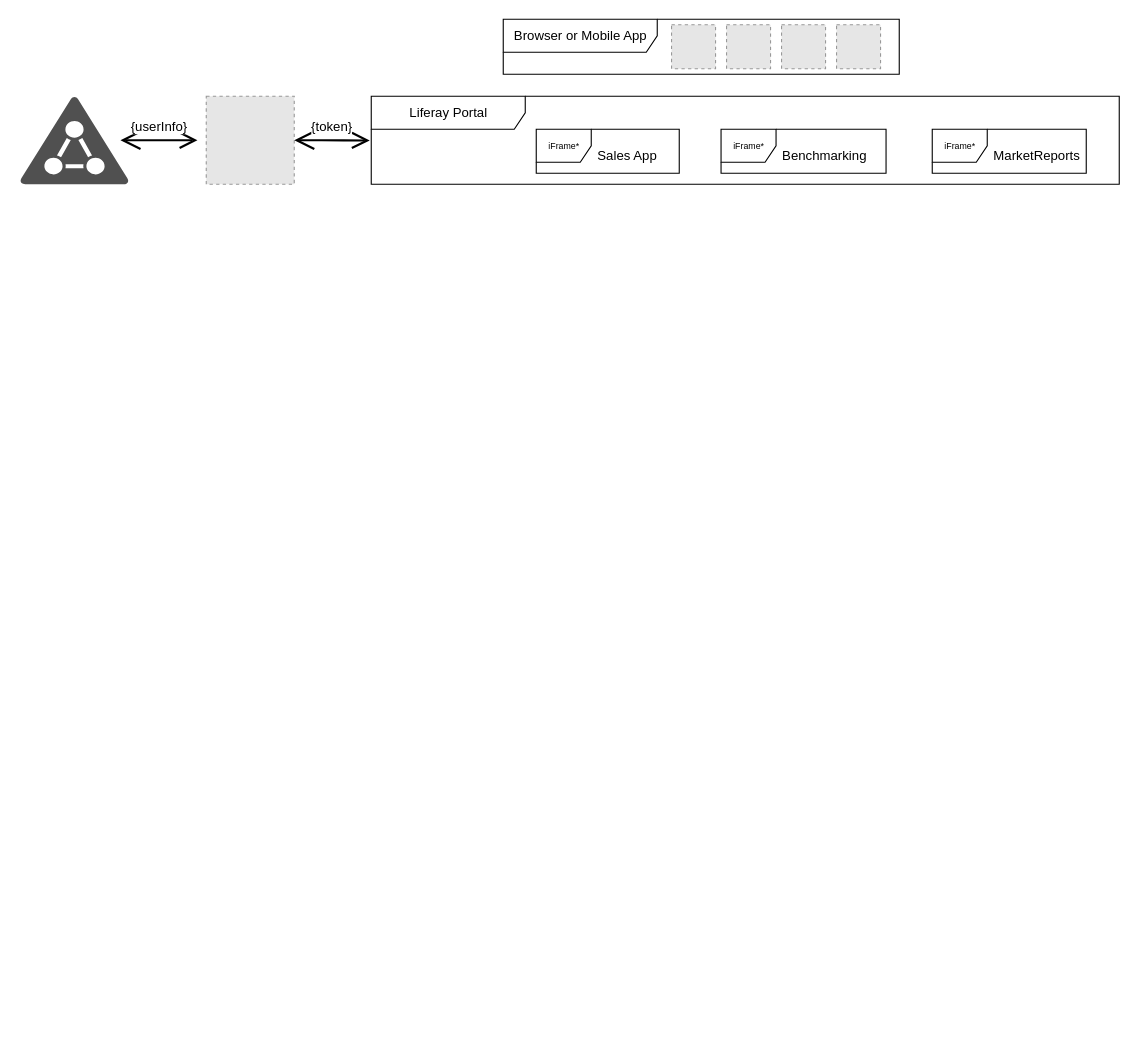
This is page "Roadmap 2020+" (2 of 2) of docs/Untitled Diagram.drawio from JuanyongZhang/leetcode, a draw.io file, before an edit. Source tidied: cells renumbered, new cells numbered last; positions are measured from the earlier drawing's top-left corner, leaving out a move shared by most shapes. Both pictures are drawn from the tidied source at 110%, with x=0, y=0 at pixel (19, 19). Pictures stored in the file or linked from it are replaced by grey dashed boxes.
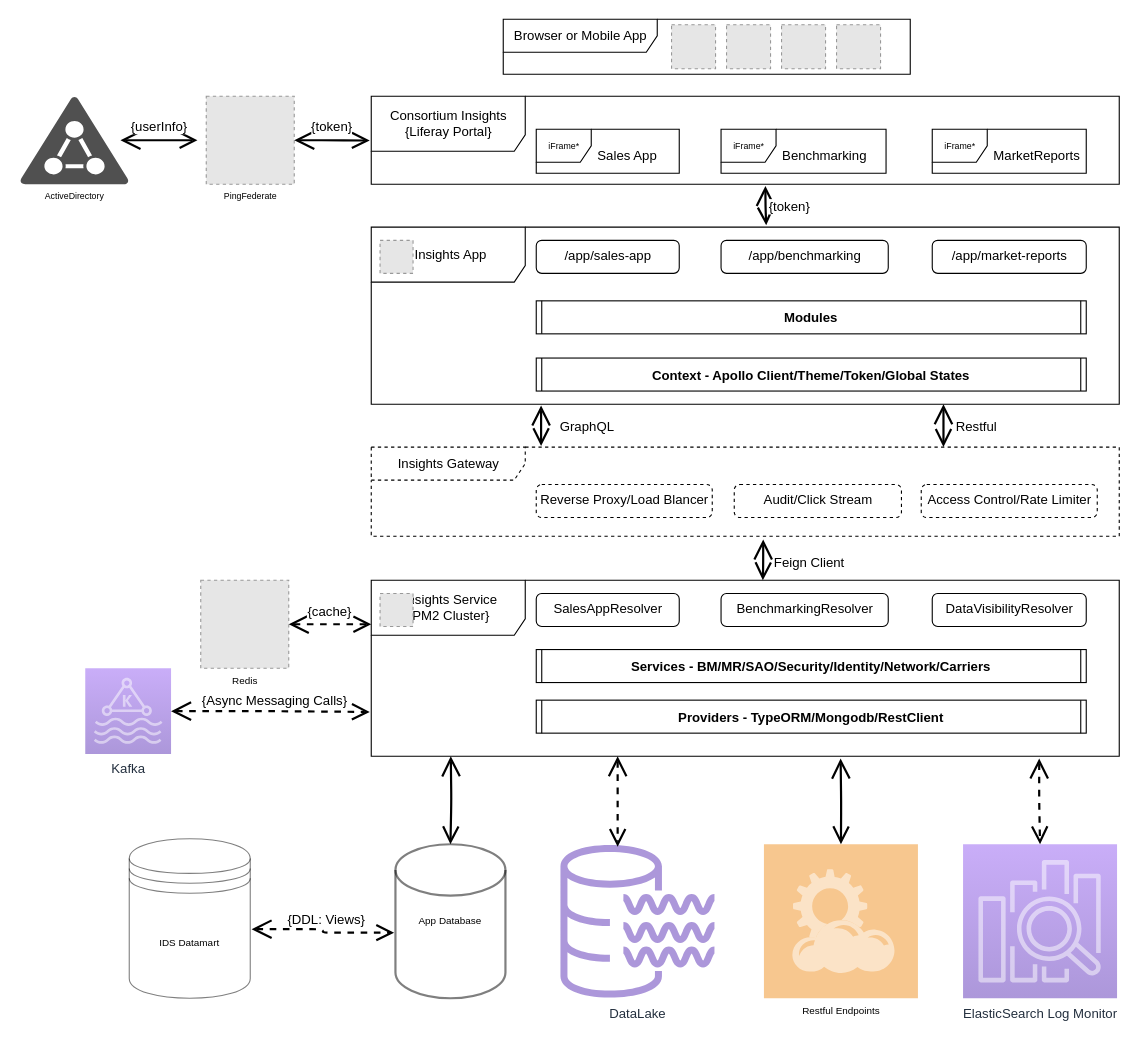
The same diagram, later.

What changed in the source:
```diff
@@
     <mxCell id="2" value="Browser or Mobile App" style="shape=umlFrame;tabWidth=110;tabHeight=30;tabPosition=left;html=1;boundedLbl=1;labelInHeader=1;width=140;height=30;" parent="1" vertex="1">
-      <mxGeometry x="440" width="360" height="50" as="geometry" />
+      <mxGeometry x="440" width="370" height="50" as="geometry" />
     </mxCell>
@@
-    <mxCell id="7" value="Liferay Portal" style="shape=umlFrame;tabWidth=110;tabHeight=30;tabPosition=left;html=1;boundedLbl=1;labelInHeader=1;width=140;height=30;" parent="1" vertex="1">
+    <mxCell id="7" value="Consortium Insights&lt;br&gt;{Liferay Portal}" style="shape=umlFrame;tabWidth=110;tabHeight=30;tabPosition=left;html=1;boundedLbl=1;labelInHeader=1;width=140;height=50;" parent="1" vertex="1">
       <mxGeometry x="320" y="70" width="680" height="80" as="geometry" />
     </mxCell>
@@
-    <mxCell id="14" style="fillColor=#E6E6E6;strokeColor=#999999;dashed=1;html=1;verticalAlign=top;verticalLabelPosition=bottom;labelBackgroundColor=#ffffff;fontSize=8;align=left;" parent="1" vertex="1">
+    <mxCell id="14" value="PingFederate" style="fillColor=#E6E6E6;strokeColor=#999999;dashed=1;html=1;verticalAlign=top;verticalLabelPosition=bottom;labelBackgroundColor=#ffffff;fontSize=8;align=center;" parent="1" vertex="1">
       <mxGeometry x="170" y="70" width="80" height="80" as="geometry" />
     </mxCell>
-    <mxCell id="15" style="shadow=0;dashed=0;html=1;strokeColor=none;fillColor=#505050;labelPosition=center;verticalLabelPosition=bottom;verticalAlign=top;align=center;shape=mxgraph.office.security.active_directory;fontSize=8;" parent="1" vertex="1">
+    <mxCell id="15" value="ActiveDirectory" style="shadow=0;dashed=0;html=1;strokeColor=none;fillColor=#505050;labelPosition=center;verticalLabelPosition=bottom;verticalAlign=top;align=center;shape=mxgraph.office.security.active_directory;fontSize=8;" parent="1" vertex="1">
       <mxGeometry y="70" width="100" height="80" as="geometry" />
     </mxCell>
@@
+    <mxCell id="18" value="Insights App" style="shape=umlFrame;whiteSpace=wrap;html=1;width=140;height=50;boundedLbl=1;verticalAlign=middle;align=center;spacingLeft=5;fontSize=12;" parent="1" vertex="1">
+      <mxGeometry x="320" y="189" width="680" height="161" as="geometry" />
+    </mxCell>
+    <mxCell id="19" style="fillColor=#E6E6E6;strokeColor=#999999;dashed=1;html=1;verticalAlign=top;verticalLabelPosition=bottom;labelBackgroundColor=#ffffff;fontSize=12;align=left;" parent="1" vertex="1">
+      <mxGeometry x="328" y="201" width="30" height="30" as="geometry" />
+    </mxCell>
+    <mxCell id="20" value="/app/sales-app" style="html=1;align=center;verticalAlign=top;rounded=1;absoluteArcSize=1;arcSize=10;dashed=0;fontSize=12;" parent="1" vertex="1">
+      <mxGeometry x="470" y="201" width="130" height="30" as="geometry" />
+    </mxCell>
+    <mxCell id="21" value="/app/benchmarking" style="html=1;align=center;verticalAlign=top;rounded=1;absoluteArcSize=1;arcSize=10;dashed=0;fontSize=12;" parent="1" vertex="1">
+      <mxGeometry x="638" y="201" width="152" height="30" as="geometry" />
+    </mxCell>
+    <mxCell id="22" value="/app/market-reports" style="html=1;align=center;verticalAlign=top;rounded=1;absoluteArcSize=1;arcSize=10;dashed=0;fontSize=12;" parent="1" vertex="1">
+      <mxGeometry x="830" y="201" width="140" height="30" as="geometry" />
+    </mxCell>
+    <mxCell id="23" value="Modules" style="shape=process2;fixedSize=1;size=5;fontStyle=1;fontSize=12;align=center;" parent="1" vertex="1">
+      <mxGeometry x="470" y="256" width="500" height="30" as="geometry" />
+    </mxCell>
+    <mxCell id="24" value="Context - Apollo Client/Theme/Token/Global States" style="shape=process2;fixedSize=1;size=5;fontStyle=1;fontSize=12;align=center;" parent="1" vertex="1">
+      <mxGeometry x="470" y="308" width="500" height="30" as="geometry" />
+    </mxCell>
+    <mxCell id="25" value="Insights Gateway" style="shape=umlFrame;tabWidth=110;tabHeight=30;tabPosition=left;html=1;boundedLbl=1;labelInHeader=1;width=140;height=30;fontSize=12;align=center;dashed=1;" parent="1" vertex="1">
+      <mxGeometry x="320" y="389" width="680" height="81" as="geometry" />
+    </mxCell>
+    <mxCell id="26" value="Reverse Proxy/Load Blancer" style="html=1;align=center;verticalAlign=top;rounded=1;absoluteArcSize=1;arcSize=10;dashed=1;fontSize=12;" parent="1" vertex="1">
+      <mxGeometry x="470" y="423" width="160" height="30" as="geometry" />
+    </mxCell>
+    <mxCell id="27" value="Audit/Click Stream" style="html=1;align=center;verticalAlign=top;rounded=1;absoluteArcSize=1;arcSize=10;dashed=1;fontSize=12;" parent="1" vertex="1">
+      <mxGeometry x="650" y="423" width="152" height="30" as="geometry" />
+    </mxCell>
+    <mxCell id="28" value="Access Control/Rate Limiter" style="html=1;align=center;verticalAlign=top;rounded=1;absoluteArcSize=1;arcSize=10;dashed=1;fontSize=12;" parent="1" vertex="1">
+      <mxGeometry x="820" y="423" width="160" height="30" as="geometry" />
+    </mxCell>
+    <mxCell id="29" value="Insights Service&lt;br&gt;{PM2 Cluster}&amp;nbsp;" style="shape=umlFrame;whiteSpace=wrap;html=1;width=140;height=50;boundedLbl=1;verticalAlign=middle;align=center;spacingLeft=5;fontSize=12;" parent="1" vertex="1">
+      <mxGeometry x="320" y="510" width="680" height="160" as="geometry" />
+    </mxCell>
+    <mxCell id="30" value="SalesAppResolver" style="html=1;align=center;verticalAlign=top;rounded=1;absoluteArcSize=1;arcSize=10;dashed=0;fontSize=12;" parent="1" vertex="1">
+      <mxGeometry x="470" y="522" width="130" height="30" as="geometry" />
+    </mxCell>
+    <mxCell id="31" value="BenchmarkingResolver" style="html=1;align=center;verticalAlign=top;rounded=1;absoluteArcSize=1;arcSize=10;dashed=0;fontSize=12;" parent="1" vertex="1">
+      <mxGeometry x="638" y="522" width="152" height="30" as="geometry" />
+    </mxCell>
+    <mxCell id="32" value="DataVisibilityResolver" style="html=1;align=center;verticalAlign=top;rounded=1;absoluteArcSize=1;arcSize=10;dashed=0;fontSize=12;" parent="1" vertex="1">
+      <mxGeometry x="830" y="522" width="140" height="30" as="geometry" />
+    </mxCell>
+    <mxCell id="33" value="Services - BM/MR/SAO/Security/Identity/Network/Carriers" style="shape=process2;fixedSize=1;size=5;fontStyle=1;fontSize=12;align=center;" parent="1" vertex="1">
+      <mxGeometry x="470" y="573" width="500" height="30" as="geometry" />
+    </mxCell>
+    <mxCell id="34" value="Providers - TypeORM/Mongodb/RestClient" style="shape=process2;fixedSize=1;size=5;fontStyle=1;fontSize=12;align=center;" parent="1" vertex="1">
+      <mxGeometry x="470" y="619" width="500" height="30" as="geometry" />
+    </mxCell>
+    <mxCell id="35" value="{token}" style="endArrow=open;html=1;endSize=12;startArrow=open;startSize=14;startFill=0;edgeStyle=orthogonalEdgeStyle;align=center;verticalAlign=bottom;endFill=0;strokeWidth=2;fillColor=#ffffff;fontSize=12;exitX=0.527;exitY=1.019;exitDx=0;exitDy=0;entryX=0.528;entryY=-0.011;entryDx=0;entryDy=0;entryPerimeter=0;exitPerimeter=0;" parent="1" edge="1" source="7" target="18">
+      <mxGeometry x="0.6" y="21" relative="1" as="geometry" />
+    </mxCell>
+    <mxCell id="36" value="GraphQL" style="endArrow=open;html=1;endSize=12;startArrow=open;startSize=14;startFill=0;edgeStyle=orthogonalEdgeStyle;align=center;verticalAlign=bottom;endFill=0;strokeWidth=2;fillColor=#ffffff;fontSize=12;exitX=0.233;exitY=1.007;exitDx=0;exitDy=0;exitPerimeter=0;entryX=0.233;entryY=-0.012;entryDx=0;entryDy=0;entryPerimeter=0;" parent="1" edge="1">
+      <mxGeometry x="0.56" y="42" relative="1" as="geometry">
+        <mxPoint x="474.4" y="351.1" as="sourcePoint" />
+        <mxPoint x="474.4" y="388" as="targetPoint" />
+      </mxGeometry>
+    </mxCell>
+    <mxCell id="37" value="Restful" style="endArrow=open;html=1;endSize=12;startArrow=open;startSize=14;startFill=0;edgeStyle=orthogonalEdgeStyle;align=center;verticalAlign=bottom;endFill=0;strokeWidth=2;fillColor=#ffffff;fontSize=12;exitX=0.765;exitY=1;exitDx=0;exitDy=0;exitPerimeter=0;entryX=0.765;entryY=-0.002;entryDx=0;entryDy=0;entryPerimeter=0;" parent="1" edge="1" source="18" target="25">
+      <mxGeometry x="0.54" y="30" relative="1" as="geometry" />
+    </mxCell>
+    <mxCell id="38" style="fillColor=#E6E6E6;strokeColor=#999999;dashed=1;html=1;verticalAlign=top;verticalLabelPosition=bottom;labelBackgroundColor=#ffffff;fontSize=12;align=center;" parent="1" vertex="1">
+      <mxGeometry x="328" y="522" width="30" height="30" as="geometry" />
+    </mxCell>
+    <mxCell id="39" value="Feign Client" style="endArrow=open;html=1;endSize=12;startArrow=open;startSize=14;startFill=0;edgeStyle=orthogonalEdgeStyle;align=center;verticalAlign=bottom;endFill=0;strokeWidth=2;fillColor=#ffffff;fontSize=12;exitX=0.524;exitY=1.037;exitDx=0;exitDy=0;exitPerimeter=0;" parent="1" edge="1" source="25">
+      <mxGeometry x="0.56" y="42" relative="1" as="geometry">
+        <mxPoint x="676" y="510" as="targetPoint" />
+        <Array as="points">
+          <mxPoint x="676" y="496" />
+          <mxPoint x="676" y="518" />
+        </Array>
+      </mxGeometry>
+    </mxCell>
+    <mxCell id="40" value="Redis" style="fillColor=#E6E6E6;strokeColor=#999999;dashed=1;html=1;verticalAlign=top;verticalLabelPosition=bottom;labelBackgroundColor=#ffffff;fontSize=9;align=center;" parent="1" vertex="1">
+      <mxGeometry x="165" y="510" width="80" height="80" as="geometry" />
+    </mxCell>
+    <mxCell id="41" value="{cache}" style="endArrow=open;html=1;endSize=12;startArrow=open;startSize=14;startFill=0;edgeStyle=orthogonalEdgeStyle;align=center;verticalAlign=bottom;endFill=0;strokeWidth=2;fillColor=#ffffff;fontSize=12;exitX=1;exitY=0.5;exitDx=0;exitDy=0;dashed=1;" parent="1" edge="1" source="40">
+      <mxGeometry y="3" relative="1" as="geometry">
+        <mxPoint x="320" y="550" as="targetPoint" />
+      </mxGeometry>
+    </mxCell>
+    <mxCell id="42" value="Kafka" style="points=[[0,0,0],[0.25,0,0],[0.5,0,0],[0.75,0,0],[1,0,0],[0,1,0],[0.25,1,0],[0.5,1,0],[0.75,1,0],[1,1,0],[0,0.25,0],[0,0.5,0],[0,0.75,0],[1,0.25,0],[1,0.5,0],[1,0.75,0]];outlineConnect=0;fontColor=#232F3E;gradientColor=#945DF2;gradientDirection=north;fillColor=#5A30B5;strokeColor=#ffffff;dashed=1;verticalLabelPosition=bottom;verticalAlign=top;align=center;html=1;fontSize=12;fontStyle=0;shape=mxgraph.aws4.resourceIcon;resIcon=mxgraph.aws4.managed_streaming_for_kafka;opacity=50;" parent="1" vertex="1">
+      <mxGeometry x="60" y="590" width="78" height="78" as="geometry" />
+    </mxCell>
+    <mxCell id="43" value="{Async Messaging Calls}" style="endArrow=open;html=1;endSize=12;startArrow=open;startSize=14;startFill=0;edgeStyle=orthogonalEdgeStyle;align=center;verticalAlign=bottom;endFill=0;strokeWidth=2;fillColor=#ffffff;fontSize=12;entryX=-0.002;entryY=0.748;entryDx=0;entryDy=0;entryPerimeter=0;dashed=1;" parent="1" edge="1" source="42" target="29">
+      <mxGeometry y="3" relative="1" as="geometry" />
+    </mxCell>
+    <mxCell id="44" value="DataLake" style="fontColor=#232F3E;gradientColor=none;fillColor=#5A30B5;strokeColor=none;dashed=1;verticalLabelPosition=bottom;verticalAlign=top;align=center;html=1;fontSize=12;fontStyle=0;shape=mxgraph.aws4.data_lake_resource_icon;opacity=50;" parent="1" vertex="1">
+      <mxGeometry x="492" y="750" width="140" height="140" as="geometry" />
+    </mxCell>
+    <mxCell id="45" value="Restful Endpoints" style="shadow=0;dashed=0;html=1;strokeColor=none;fillColor=#EF8F21;labelPosition=center;verticalLabelPosition=bottom;verticalAlign=top;align=center;outlineConnect=0;shape=mxgraph.veeam.2d.restful_apis;fontSize=9;opacity=50;" parent="1" vertex="1">
+      <mxGeometry x="677" y="750" width="140" height="140" as="geometry" />
+    </mxCell>
+    <mxCell id="46" value="App Database" style="strokeWidth=2;html=1;shape=mxgraph.flowchart.database;whiteSpace=wrap;fontSize=9;opacity=50;align=center;" parent="1" vertex="1">
+      <mxGeometry x="342" y="750" width="100" height="140" as="geometry" />
+    </mxCell>
+    <mxCell id="47" value="IDS Datamart" style="shape=datastore;whiteSpace=wrap;html=1;fontSize=9;opacity=50;align=center;" parent="1" vertex="1">
+      <mxGeometry x="100" y="745" width="110" height="145" as="geometry" />
+    </mxCell>
+    <mxCell id="48" value="{DDL: Views}" style="endArrow=open;html=1;endSize=12;startArrow=open;startSize=14;startFill=0;edgeStyle=orthogonalEdgeStyle;align=center;verticalAlign=bottom;endFill=0;strokeWidth=2;fillColor=#ffffff;fontSize=12;entryX=-0.012;entryY=0.574;entryDx=0;entryDy=0;entryPerimeter=0;dashed=1;exitX=1.011;exitY=0.567;exitDx=0;exitDy=0;exitPerimeter=0;" parent="1" edge="1" source="47" target="46">
+      <mxGeometry y="3" relative="1" as="geometry" />
+    </mxCell>
+    <mxCell id="49" style="endArrow=open;html=1;endSize=12;startArrow=open;startSize=14;startFill=0;edgeStyle=orthogonalEdgeStyle;align=center;verticalAlign=bottom;endFill=0;strokeWidth=2;fillColor=#ffffff;fontSize=12;dashed=1;" parent="1" edge="1">
+      <mxGeometry x="0.22" y="24" relative="1" as="geometry">
+        <mxPoint x="544" y="670" as="sourcePoint" />
+        <mxPoint x="544" y="752.3" as="targetPoint" />
+        <Array as="points">
+          <mxPoint x="544" y="670" />
+        </Array>
+      </mxGeometry>
+    </mxCell>
+    <mxCell id="50" style="endArrow=open;html=1;endSize=12;startArrow=open;startSize=14;startFill=0;edgeStyle=orthogonalEdgeStyle;align=center;verticalAlign=bottom;endFill=0;strokeWidth=2;fillColor=#ffffff;fontSize=12;exitX=0.854;exitY=1.013;exitDx=0;exitDy=0;exitPerimeter=0;" parent="1" edge="1" target="45">
+      <mxGeometry x="0.22" y="24" relative="1" as="geometry">
+        <mxPoint x="746.7" y="672.1" as="sourcePoint" />
+      </mxGeometry>
+    </mxCell>
+    <mxCell id="51" style="endArrow=open;html=1;endSize=12;startArrow=open;startSize=14;startFill=0;edgeStyle=orthogonalEdgeStyle;align=center;verticalAlign=bottom;endFill=0;strokeWidth=2;fillColor=#ffffff;fontSize=12;exitX=0.174;exitY=1;exitDx=0;exitDy=0;exitPerimeter=0;entryX=0.5;entryY=0;entryDx=0;entryDy=0;entryPerimeter=0;" parent="1" edge="1" target="46">
+      <mxGeometry x="0.22" y="24" relative="1" as="geometry">
+        <mxPoint x="392.3" y="670" as="sourcePoint" />
+      </mxGeometry>
+    </mxCell>
+    <mxCell id="52" value="ElasticSearch Log Monitor" style="points=[[0,0,0],[0.25,0,0],[0.5,0,0],[0.75,0,0],[1,0,0],[0,1,0],[0.25,1,0],[0.5,1,0],[0.75,1,0],[1,1,0],[0,0.25,0],[0,0.5,0],[0,0.75,0],[1,0.25,0],[1,0.5,0],[1,0.75,0]];outlineConnect=0;fontColor=#232F3E;gradientColor=#945DF2;gradientDirection=north;fillColor=#5A30B5;strokeColor=#ffffff;dashed=0;verticalLabelPosition=bottom;verticalAlign=top;align=center;html=1;fontSize=12;fontStyle=0;shape=mxgraph.aws4.resourceIcon;resIcon=mxgraph.aws4.elasticsearch_service;opacity=50;" parent="1" vertex="1">
+      <mxGeometry x="858" y="750" width="140" height="140" as="geometry" />
+    </mxCell>
+    <mxCell id="53" style="endArrow=open;html=1;endSize=12;startArrow=open;startSize=14;startFill=0;edgeStyle=orthogonalEdgeStyle;align=center;verticalAlign=bottom;endFill=0;strokeWidth=2;fillColor=#ffffff;fontSize=12;exitX=0.893;exitY=1.013;exitDx=0;exitDy=0;exitPerimeter=0;dashed=1;" parent="1" edge="1" source="29" target="52">
+      <mxGeometry x="0.22" y="24" relative="1" as="geometry" />
+    </mxCell>
```
